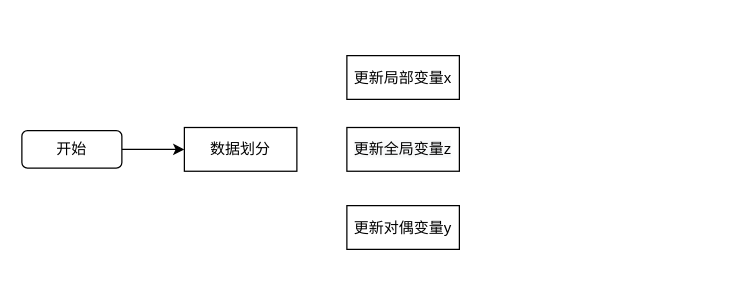
abdzhangzeyu/draw.io keeps this draw.io diagram as Untitled ADMM.drawio. Above is the earlier version. Source tidied: cells renumbered, new cells numbered last; positions are measured from the earlier drawing's top-left corner, leaving out a move shared by most shapes. Both pictures are drawn from the tidied source at 125%, with x=0, y=0 at pixel (21, 55).
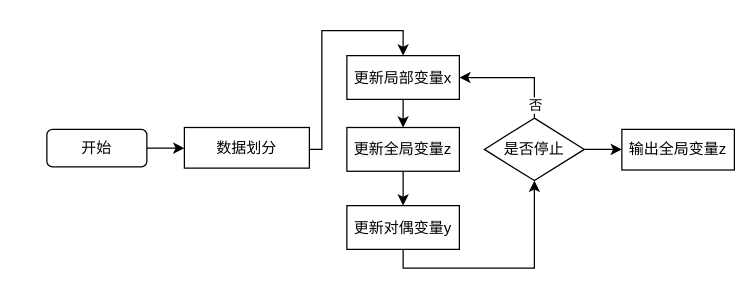
After the change.

Unchanged cells that the change refers to:
```xml
<mxCell id="5" value="&lt;span style=&quot;color: rgb(0 , 0 , 0) ; font-family: &amp;#34;helvetica&amp;#34; ; font-size: 12px ; font-style: normal ; font-weight: 400 ; letter-spacing: normal ; text-align: center ; text-indent: 0px ; text-transform: none ; word-spacing: 0px ; background-color: rgb(248 , 249 , 250) ; display: inline ; float: none&quot;&gt;更新全局变量z&lt;/span&gt;" style="rounded=0;whiteSpace=wrap;html=1;strokeColor=#000000;" parent="1" vertex="1">
  <mxGeometry x="260" y="57.5" width="90" height="35" as="geometry" />
</mxCell>
<mxCell id="6" value="更新局部变量x" style="rounded=0;whiteSpace=wrap;html=1;strokeColor=#000000;sketch=0;fillColor=#FFFFFF;" parent="1" vertex="1">
  <mxGeometry x="260" width="90" height="35" as="geometry" />
</mxCell>
<mxCell id="7" value="&lt;span&gt;更新对偶变量y&lt;/span&gt;" style="rounded=0;whiteSpace=wrap;html=1;strokeColor=#000000;" parent="1" vertex="1">
  <mxGeometry x="260" y="120" width="90" height="35" as="geometry" />
</mxCell>
```

Diff of the diagram source:
```diff
@@
     <mxCell id="3" value="开始" style="rounded=1;whiteSpace=wrap;html=1;strokeColor=#000000;" parent="1" vertex="1">
-      <mxGeometry y="60" width="80" height="30" as="geometry" />
+      <mxGeometry x="20" y="59" width="80" height="30" as="geometry" />
     </mxCell>
+    <mxCell id="8" style="edgeStyle=orthogonalEdgeStyle;rounded=0;jettySize=auto;html=1;exitX=1;exitY=0.5;exitDx=0;exitDy=0;entryX=0.5;entryY=0;entryDx=0;entryDy=0;" parent="1" edge="1" source="4" target="6">
+      <mxGeometry relative="1" as="geometry">
+        <Array as="points">
+          <mxPoint x="240" y="75" />
+          <mxPoint x="240" y="-20" />
+          <mxPoint x="305" y="-20" />
+        </Array>
+      </mxGeometry>
+    </mxCell>
     <mxCell id="4" value="数据划分" style="rounded=0;whiteSpace=wrap;html=1;strokeColor=#000000;" parent="1" vertex="1">
-      <mxGeometry x="130" y="57.5" width="90" height="35" as="geometry" />
+      <mxGeometry x="130" y="57.5" width="100" height="32.5" as="geometry" />
     </mxCell>
+    <mxCell id="9" style="edgeStyle=orthogonalEdgeStyle;rounded=0;jettySize=auto;html=1;exitX=0.5;exitY=1;exitDx=0;exitDy=0;" parent="1" edge="1" source="5" target="7">
+      <mxGeometry relative="1" as="geometry" />
+    </mxCell>
@@
+    <mxCell id="10" style="edgeStyle=orthogonalEdgeStyle;rounded=0;jettySize=auto;html=1;exitX=0.5;exitY=1;exitDx=0;exitDy=0;entryX=0.5;entryY=0;entryDx=0;entryDy=0;" parent="1" edge="1" source="6" target="5">
+      <mxGeometry relative="1" as="geometry" />
+    </mxCell>
@@
+    <mxCell id="11" style="edgeStyle=orthogonalEdgeStyle;rounded=0;jettySize=auto;html=1;exitX=0.5;exitY=1;exitDx=0;exitDy=0;" parent="1" edge="1" source="7" target="15">
+      <mxGeometry relative="1" as="geometry">
+        <Array as="points">
+          <mxPoint x="305" y="170" />
+          <mxPoint x="410" y="170" />
+        </Array>
+      </mxGeometry>
+    </mxCell>
@@
+    <mxCell id="12" style="edgeStyle=orthogonalEdgeStyle;rounded=0;jettySize=auto;html=1;exitX=0.5;exitY=0;exitDx=0;exitDy=0;entryX=1;entryY=0.5;entryDx=0;entryDy=0;" parent="1" edge="1" source="15" target="6">
+      <mxGeometry relative="1" as="geometry">
+        <Array as="points">
+          <mxPoint x="410" y="18" />
+        </Array>
+      </mxGeometry>
+    </mxCell>
+    <mxCell id="13" value="否" style="edgeLabel;html=1;align=center;verticalAlign=middle;" parent="12" vertex="1">
+      <mxGeometry x="-0.76" relative="1" as="geometry" />
+    </mxCell>
+    <mxCell id="14" style="edgeStyle=orthogonalEdgeStyle;rounded=0;jettySize=auto;html=1;exitX=1;exitY=0.5;exitDx=0;exitDy=0;entryX=0;entryY=0.5;entryDx=0;entryDy=0;" parent="1" edge="1" source="15" target="16">
+      <mxGeometry relative="1" as="geometry" />
+    </mxCell>
+    <mxCell id="15" value="是否停止" style="rhombus;whiteSpace=wrap;html=1;sketch=0;strokeColor=#000000;fillColor=#FFFFFF;" parent="1" vertex="1">
+      <mxGeometry x="370" y="50" width="80" height="50" as="geometry" />
+    </mxCell>
+    <mxCell id="16" value="输出全局变量z" style="rounded=0;whiteSpace=wrap;html=1;strokeColor=#000000;" parent="1" vertex="1">
+      <mxGeometry x="480" y="59" width="90" height="32.5" as="geometry" />
+    </mxCell>
```
